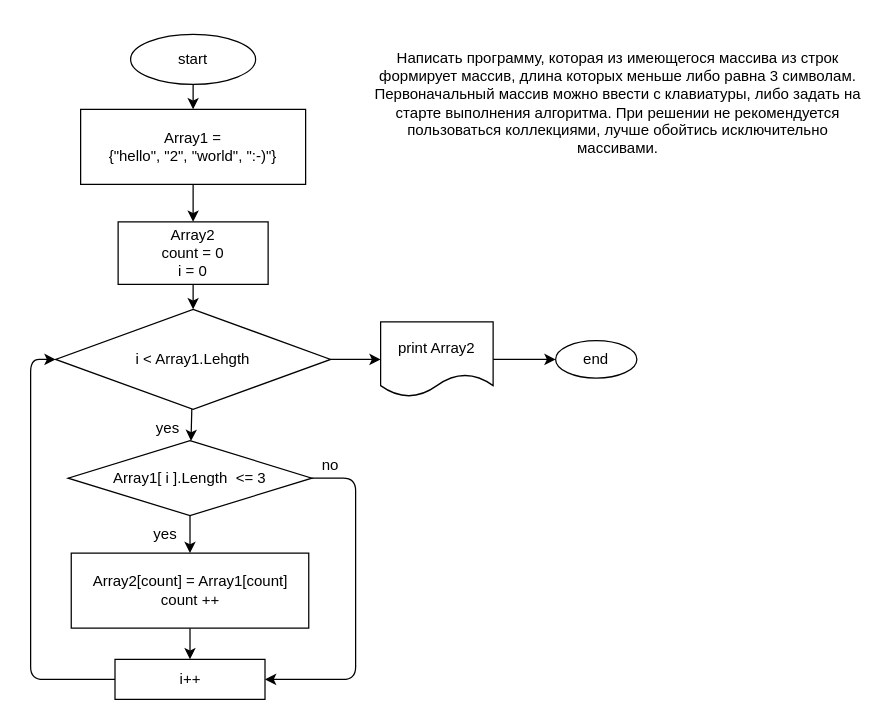
This is FinalTask/diagram.drawio from Alshopik/final-work, a draw.io file, before an edit. Source tidied: cells renumbered, new cells numbered last; positions are measured from the earlier drawing's top-left corner, leaving out a move shared by most shapes. Both pictures are drawn from the tidied source at 125%, with x=0, y=0 at pixel (30, 21).
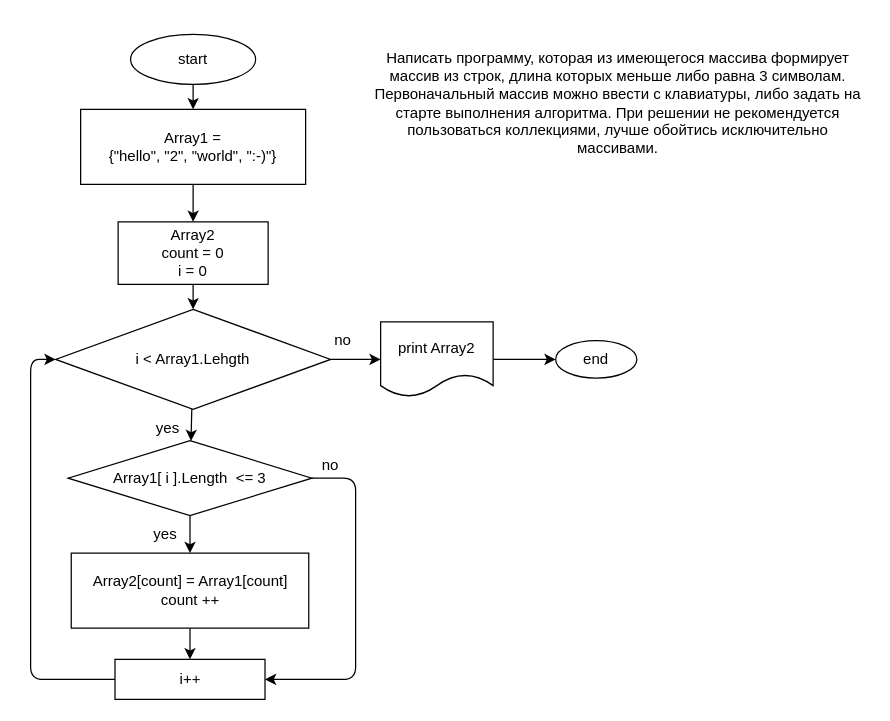
The same page after the edit.

Change to the diagram source:
```diff
@@
-    <mxCell id="4" value="Написать программу, которая из имеющегося массива из строк формирует массив, длина которых меньше либо равна 3 символам. Первоначальный массив можно ввести с клавиатуры, либо задать на старте выполнения алгоритма. При решении не рекомендуется пользоваться коллекциями, лучше обойтись исключительно массивами." style="text;html=1;strokeColor=none;fillColor=none;align=center;verticalAlign=middle;whiteSpace=wrap;rounded=0;" parent="1" vertex="1">
+    <mxCell id="4" value="Написать программу, которая из имеющегося массива формирует массив&amp;nbsp;из строк, длина которых меньше либо равна 3 символам. Первоначальный массив можно ввести с клавиатуры, либо задать на старте выполнения алгоритма. При решении не рекомендуется пользоваться коллекциями, лучше обойтись исключительно массивами." style="text;html=1;strokeColor=none;fillColor=none;align=center;verticalAlign=middle;whiteSpace=wrap;rounded=0;" parent="1" vertex="1">
       <mxGeometry x="270" width="400" height="130" as="geometry" />
     </mxCell>
@@
+    <mxCell id="25" value="no" style="text;html=1;strokeColor=none;fillColor=none;align=center;verticalAlign=middle;whiteSpace=wrap;rounded=0;" parent="1" vertex="1">
+      <mxGeometry x="220" y="240" width="60" height="30" as="geometry" />
+    </mxCell>
```
